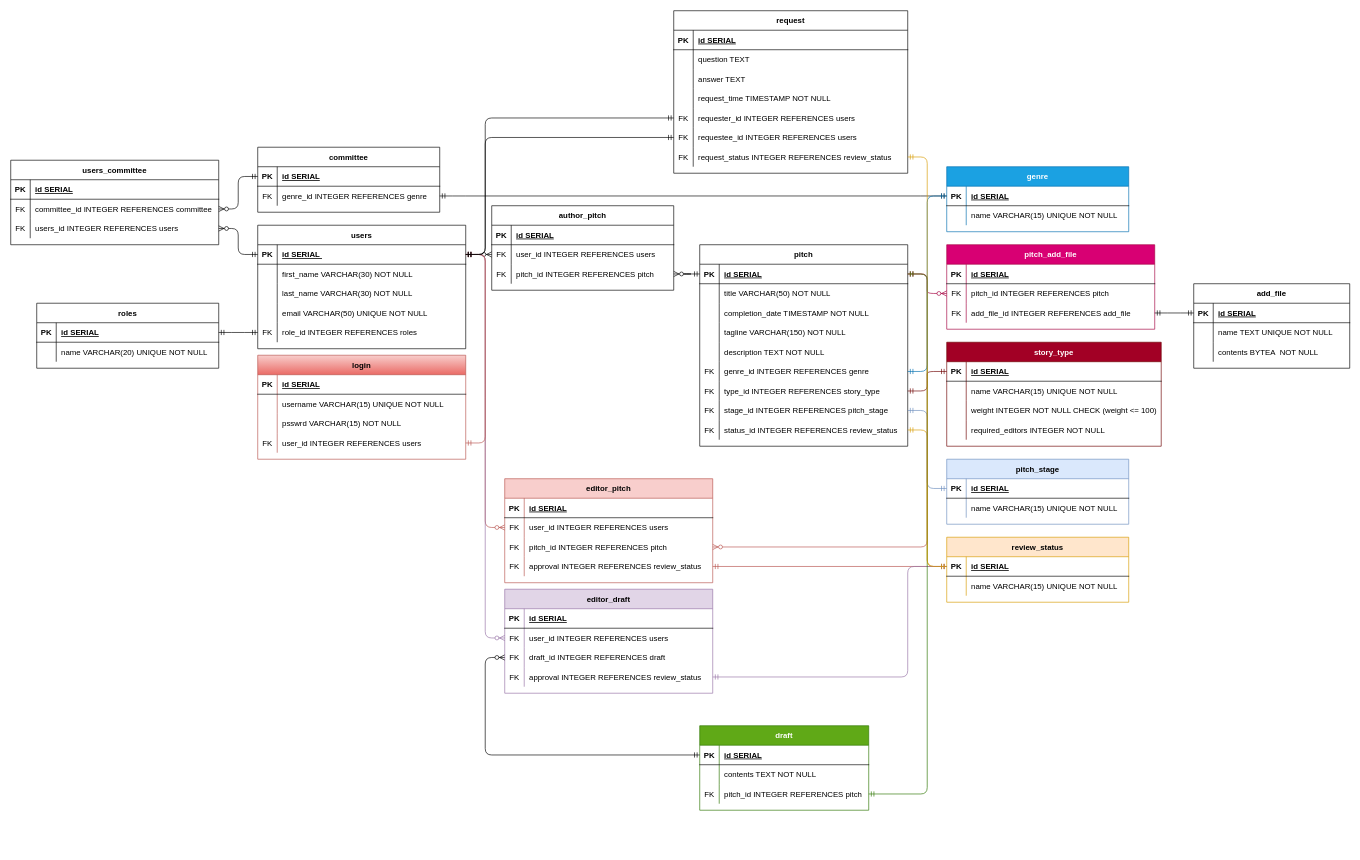
This is Project1/SPMS_ERD.drawio from irtalla/2011-nov9-usf, a draw.io file, before an edit. Source tidied: cells renumbered, new cells numbered last; positions are measured from the earlier drawing's top-left corner, leaving out a move shared by most shapes. Both pictures are drawn from the tidied source at 65%, with x=0, y=0 at pixel (10, 10).
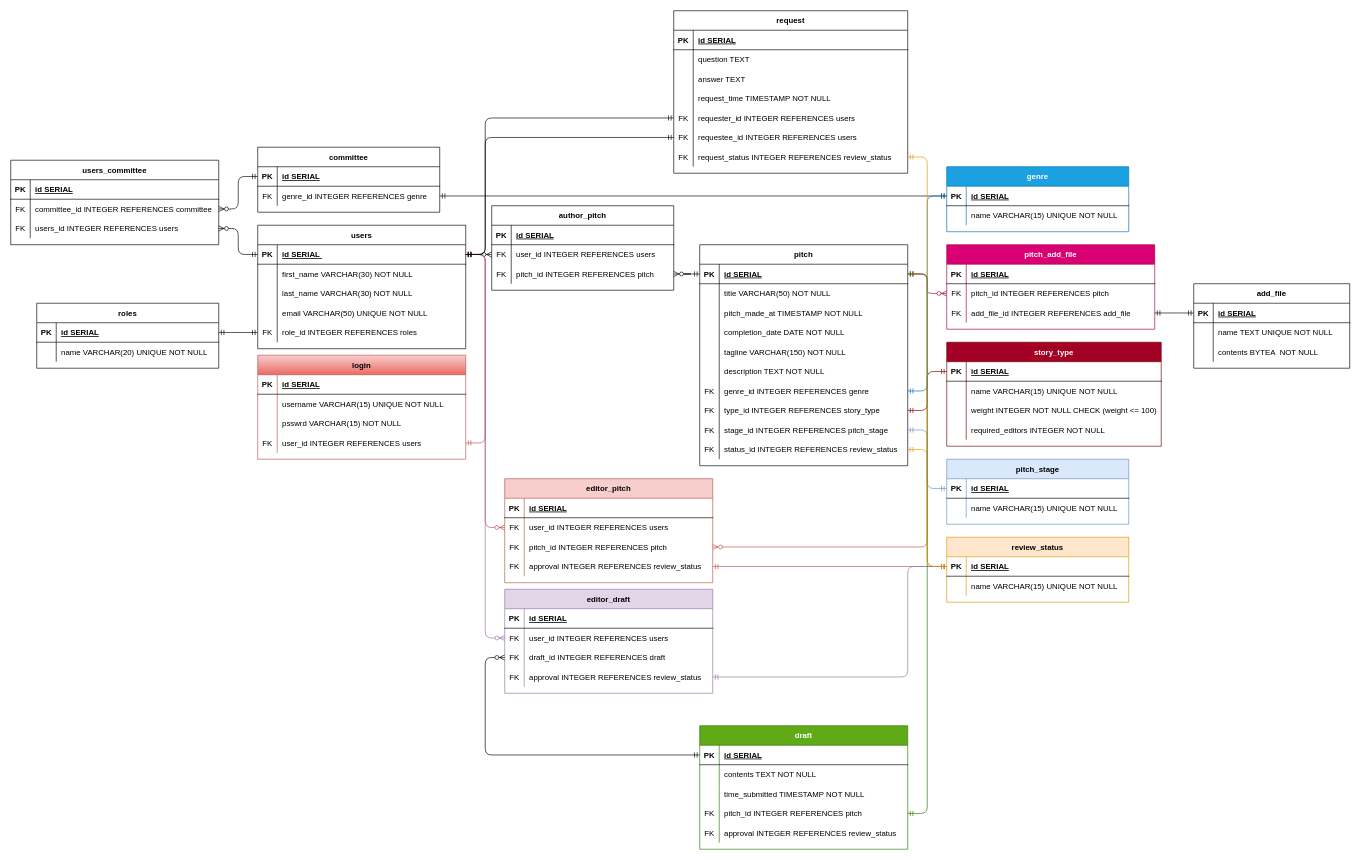
The same page after the edit.

Diff of the diagram source:
```diff
@@
     <mxCell id="44" value="pitch" style="shape=table;startSize=30;childLayout=tableLayout;rowLines=0;fontStyle=1;align=center;" parent="1" vertex="1">
-      <mxGeometry x="1060" y="360" width="320" height="310" as="geometry" />
+      <mxGeometry x="1060" y="360" width="320" height="340" as="geometry" />
     </mxCell>
@@
+    <mxCell id="228" style="shape=partialRectangle;fillColor=none;top=0;left=0;bottom=0;right=0;" parent="44" vertex="1">
+      <mxGeometry y="90" width="320" height="30" as="geometry" />
+    </mxCell>
+    <mxCell id="229" style="shape=partialRectangle;fillColor=none;top=0;left=0;bottom=0;right=0;overflow=hidden;" parent="228" vertex="1">
+      <mxGeometry width="30" height="30" as="geometry" />
+    </mxCell>
+    <mxCell id="230" value="pitch_made_at TIMESTAMP NOT NULL" style="shape=partialRectangle;fillColor=none;top=0;left=0;bottom=0;right=0;align=left;spacingLeft=6;overflow=hidden;" parent="228" vertex="1">
+      <mxGeometry x="30" width="290" height="30" as="geometry" />
+    </mxCell>
     <mxCell id="51" style="shape=partialRectangle;fillColor=none;top=0;left=0;bottom=0;right=0;" parent="44" vertex="1">
-      <mxGeometry y="90" width="320" height="30" as="geometry" />
+      <mxGeometry y="120" width="320" height="30" as="geometry" />
     </mxCell>
@@
-    <mxCell id="53" value="completion_date TIMESTAMP NOT NULL" style="shape=partialRectangle;fillColor=none;top=0;left=0;bottom=0;right=0;align=left;spacingLeft=6;overflow=hidden;" parent="51" vertex="1">
+    <mxCell id="53" value="completion_date DATE NOT NULL" style="shape=partialRectangle;fillColor=none;top=0;left=0;bottom=0;right=0;align=left;spacingLeft=6;overflow=hidden;" parent="51" vertex="1">
       <mxGeometry x="30" width="290" height="30" as="geometry" />
     </mxCell>
     <mxCell id="54" style="shape=partialRectangle;fillColor=none;top=0;left=0;bottom=0;right=0;" parent="44" vertex="1">
-      <mxGeometry y="120" width="320" height="30" as="geometry" />
+      <mxGeometry y="150" width="320" height="30" as="geometry" />
     </mxCell>
@@
     <mxCell id="57" style="shape=partialRectangle;fillColor=none;top=0;left=0;bottom=0;right=0;" parent="44" vertex="1">
-      <mxGeometry y="150" width="320" height="30" as="geometry" />
+      <mxGeometry y="180" width="320" height="30" as="geometry" />
     </mxCell>
@@
     <mxCell id="60" style="shape=partialRectangle;fillColor=none;top=0;left=0;bottom=0;right=0;points=[[0,0.5],[1,0.5]];portConstraint=eastwest;" parent="44" vertex="1">
-      <mxGeometry y="180" width="320" height="30" as="geometry" />
+      <mxGeometry y="210" width="320" height="30" as="geometry" />
     </mxCell>
@@
     <mxCell id="63" style="shape=partialRectangle;fillColor=none;top=0;left=0;bottom=0;right=0;points=[[0,0.5],[1,0.5]];portConstraint=eastwest;" parent="44" vertex="1">
-      <mxGeometry y="210" width="320" height="30" as="geometry" />
+      <mxGeometry y="240" width="320" height="30" as="geometry" />
     </mxCell>
@@
     <mxCell id="66" style="shape=partialRectangle;fillColor=none;top=0;left=0;bottom=0;right=0;points=[[0,0.5],[1,0.5]];portConstraint=eastwest;" parent="44" vertex="1">
-      <mxGeometry y="240" width="320" height="30" as="geometry" />
+      <mxGeometry y="270" width="320" height="30" as="geometry" />
     </mxCell>
@@
     <mxCell id="69" style="shape=partialRectangle;fillColor=none;top=0;left=0;bottom=0;right=0;points=[[0,0.5],[1,0.5]];portConstraint=eastwest;" parent="44" vertex="1">
-      <mxGeometry y="270" width="320" height="30" as="geometry" />
+      <mxGeometry y="300" width="320" height="30" as="geometry" />
     </mxCell>
@@
     <mxCell id="159" value="draft" style="shape=table;startSize=30;childLayout=tableLayout;rowLines=0;fontStyle=1;align=center;fillColor=#60a917;strokeColor=#2D7600;fontColor=#ffffff;" parent="1" vertex="1">
-      <mxGeometry x="1060" y="1100" width="260" height="130" as="geometry" />
+      <mxGeometry x="1060" y="1100" width="320" height="190" as="geometry" />
     </mxCell>
     <mxCell id="160" style="shape=partialRectangle;fillColor=none;top=0;left=0;bottom=1;right=0;points=[[0,0.5],[1,0.5]];portConstraint=eastwest;" parent="159" vertex="1">
-      <mxGeometry y="30" width="260" height="30" as="geometry" />
+      <mxGeometry y="30" width="320" height="30" as="geometry" />
     </mxCell>
@@
     <mxCell id="162" value="id SERIAL" style="shape=partialRectangle;fillColor=none;top=0;left=0;bottom=0;right=0;align=left;spacingLeft=6;fontStyle=5;overflow=hidden;" parent="160" vertex="1">
-      <mxGeometry x="30" width="230" height="30" as="geometry" />
+      <mxGeometry x="30" width="290" height="30" as="geometry" />
     </mxCell>
     <mxCell id="163" style="shape=partialRectangle;fillColor=none;top=0;left=0;bottom=0;right=0;" parent="159" vertex="1">
-      <mxGeometry y="60" width="260" height="30" as="geometry" />
+      <mxGeometry y="60" width="320" height="30" as="geometry" />
     </mxCell>
@@
     <mxCell id="165" value="contents TEXT NOT NULL" style="shape=partialRectangle;fillColor=none;top=0;left=0;bottom=0;right=0;align=left;spacingLeft=6;overflow=hidden;" parent="163" vertex="1">
-      <mxGeometry x="30" width="230" height="30" as="geometry" />
+      <mxGeometry x="30" width="290" height="30" as="geometry" />
     </mxCell>
+    <mxCell id="231" style="shape=partialRectangle;fillColor=none;top=0;left=0;bottom=0;right=0;" parent="159" vertex="1">
+      <mxGeometry y="90" width="320" height="30" as="geometry" />
+    </mxCell>
+    <mxCell id="232" style="shape=partialRectangle;fillColor=none;top=0;left=0;bottom=0;right=0;overflow=hidden;" parent="231" vertex="1">
+      <mxGeometry width="30" height="30" as="geometry" />
+    </mxCell>
+    <mxCell id="233" value="time_submitted TIMESTAMP NOT NULL" style="shape=partialRectangle;fillColor=none;top=0;left=0;bottom=0;right=0;align=left;spacingLeft=6;overflow=hidden;" parent="231" vertex="1">
+      <mxGeometry x="30" width="290" height="30" as="geometry" />
+    </mxCell>
     <mxCell id="166" style="shape=partialRectangle;fillColor=none;top=0;left=0;bottom=0;right=0;points=[[0,0.5],[1,0.5]];portConstraint=eastwest;" parent="159" vertex="1">
-      <mxGeometry y="90" width="260" height="30" as="geometry" />
+      <mxGeometry y="120" width="320" height="30" as="geometry" />
     </mxCell>
@@
     <mxCell id="168" value="pitch_id INTEGER REFERENCES pitch" style="shape=partialRectangle;fillColor=none;top=0;left=0;bottom=0;right=0;align=left;spacingLeft=6;overflow=hidden;" parent="166" vertex="1">
-      <mxGeometry x="30" width="230" height="30" as="geometry" />
+      <mxGeometry x="30" width="290" height="30" as="geometry" />
     </mxCell>
+    <mxCell id="234" style="shape=partialRectangle;fillColor=none;top=0;left=0;bottom=0;right=0;" parent="159" vertex="1">
+      <mxGeometry y="150" width="320" height="30" as="geometry" />
+    </mxCell>
+    <mxCell id="235" value="FK" style="shape=partialRectangle;fillColor=none;top=0;left=0;bottom=0;right=0;fontStyle=0;overflow=hidden;" parent="234" vertex="1">
+      <mxGeometry width="30" height="30" as="geometry" />
+    </mxCell>
+    <mxCell id="236" value="approval INTEGER REFERENCES review_status" style="shape=partialRectangle;fillColor=none;top=0;left=0;bottom=0;right=0;align=left;spacingLeft=6;fontStyle=0;overflow=hidden;" parent="234" vertex="1">
+      <mxGeometry x="30" width="290" height="30" as="geometry" />
+    </mxCell>
```
